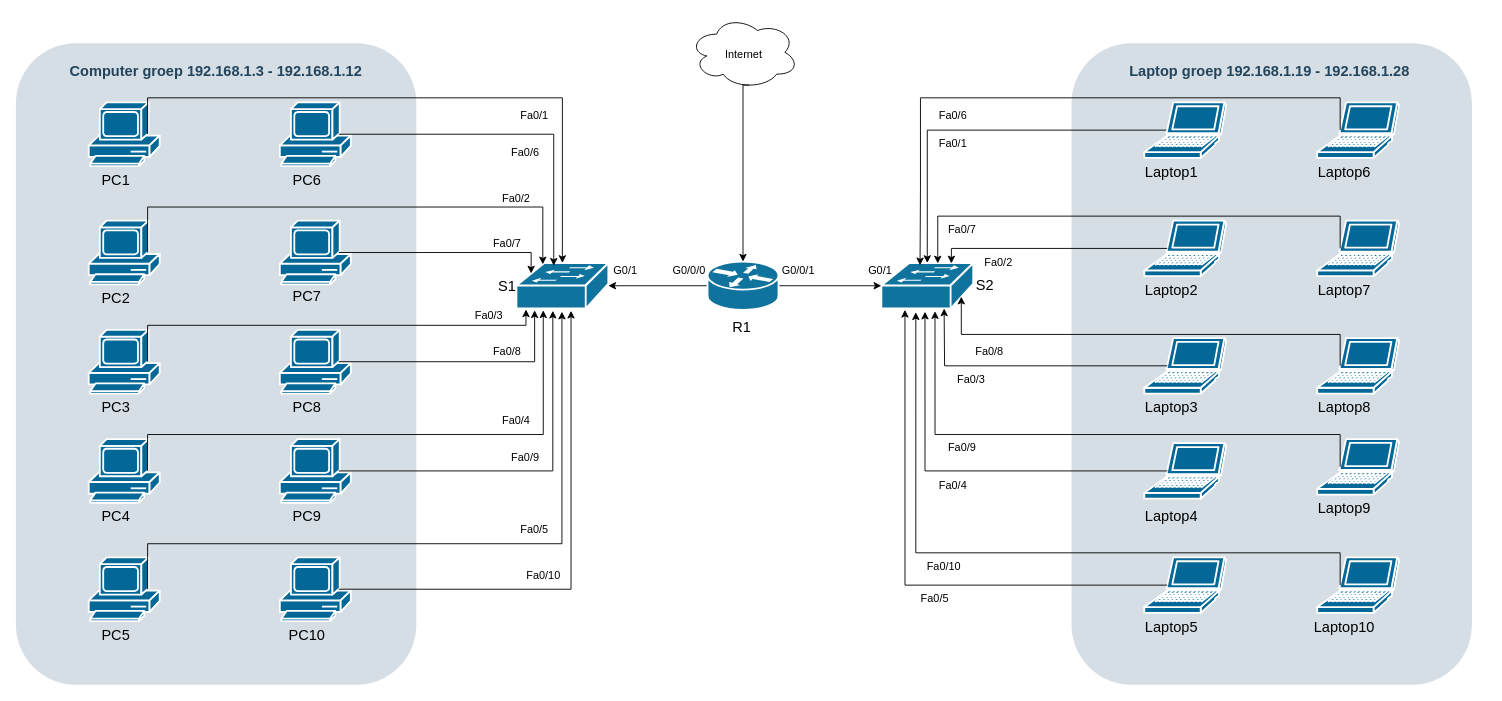
Earlier version of the draw.io diagram Draw.io/Netwerkdiagram (logical topology).drawio (MaartenSmeetsPXL/MaartenSmeetsPXL). Source tidied: cells renumbered, new cells numbered last; positions are measured from the earlier drawing's top-left corner, leaving out a move shared by most shapes. Both pictures are drawn from the tidied source at 91%, with x=0, y=0 at pixel (15, 15).
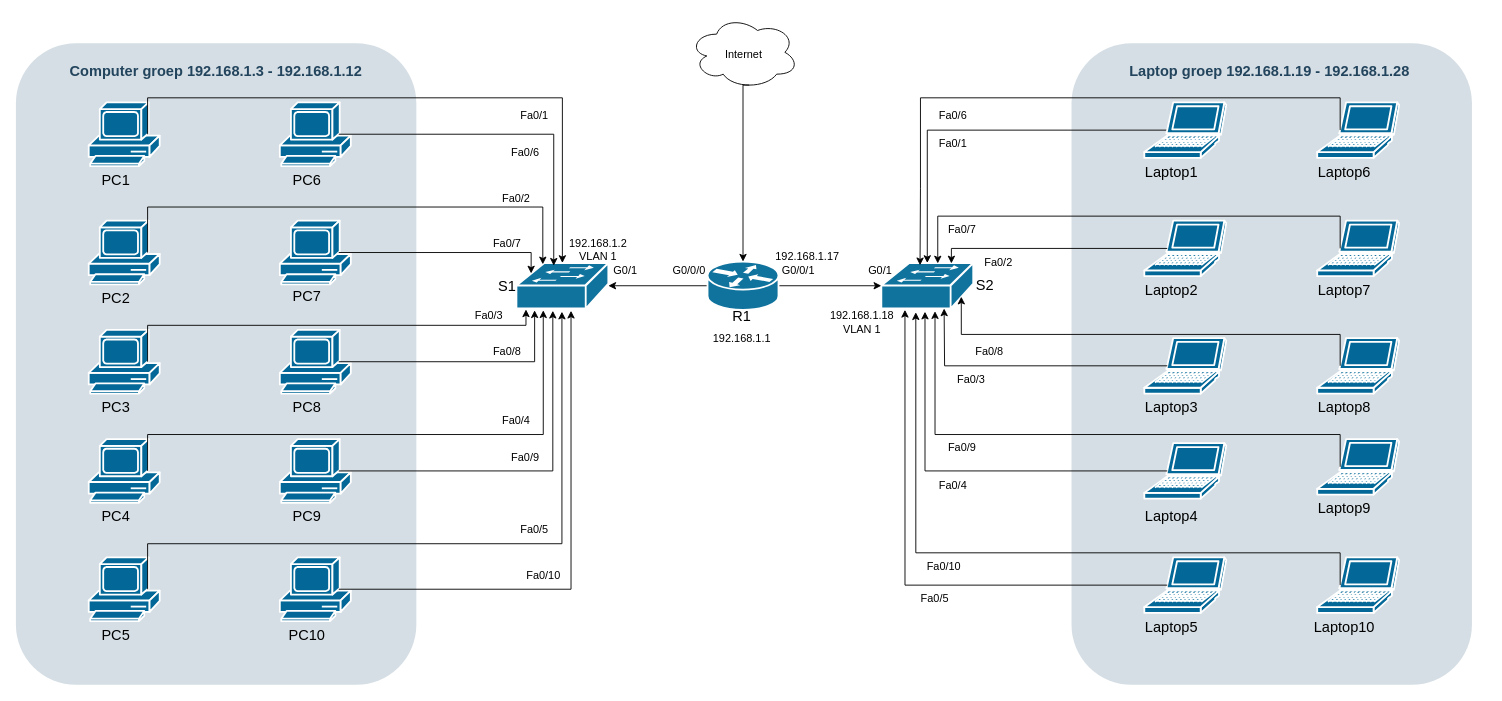
After the change.

Change to the diagram source:
```diff
@@
     <mxCell id="35" value="&lt;font style=&quot;font-size: 16px;&quot;&gt;R1&lt;/font&gt;" style="text;strokeColor=none;align=center;fillColor=none;html=1;verticalAlign=middle;whiteSpace=wrap;rounded=0;" parent="1" vertex="1">
-      <mxGeometry x="758" y="323" width="80" height="37" as="geometry" />
+      <mxGeometry x="758" y="311.5" width="80" height="37" as="geometry" />
     </mxCell>
@@
+    <mxCell id="102" value="192.168.1.1" style="text;html=1;align=center;verticalAlign=middle;whiteSpace=wrap;rounded=0;" parent="1" vertex="1">
+      <mxGeometry x="768" y="340" width="60" height="30" as="geometry" />
+    </mxCell>
+    <mxCell id="103" value="192.168.1.17" style="text;html=1;align=center;verticalAlign=middle;whiteSpace=wrap;rounded=0;" parent="1" vertex="1">
+      <mxGeometry x="840" y="250" width="60" height="30" as="geometry" />
+    </mxCell>
+    <mxCell id="104" value="192.168.1.2&lt;div&gt;VLAN 1&lt;/div&gt;" style="text;html=1;align=center;verticalAlign=middle;whiteSpace=wrap;rounded=0;" parent="1" vertex="1">
+      <mxGeometry x="610" y="241.5" width="60" height="30" as="geometry" />
+    </mxCell>
+    <mxCell id="105" value="192.168.1.18&lt;div&gt;VLAN 1&lt;/div&gt;" style="text;html=1;align=center;verticalAlign=middle;whiteSpace=wrap;rounded=0;" parent="1" vertex="1">
+      <mxGeometry x="900" y="321.5" width="60" height="30" as="geometry" />
+    </mxCell>
```
